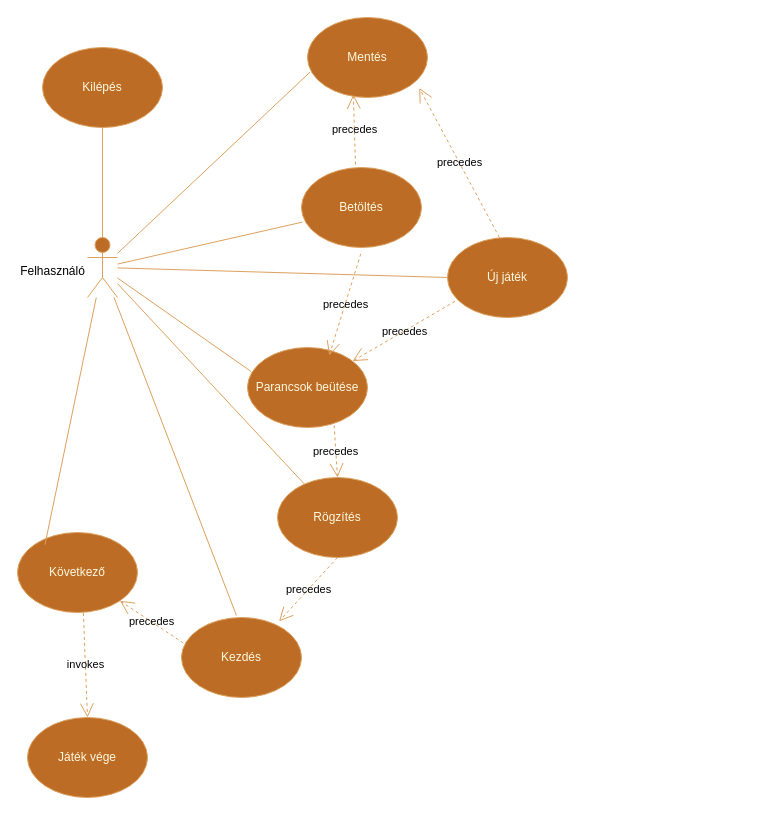
Earlier version of the draw.io diagram DOKUMENTÁCIÓ/userdiag.drawio (Reun85/esemenyvezbeadando). Source tidied: cells renumbered, new cells numbered last; positions are measured from the earlier drawing's top-left corner, leaving out a move shared by most shapes. Both pictures are drawn from the tidied source at 100%, with x=0, y=0 at pixel (17, 17).
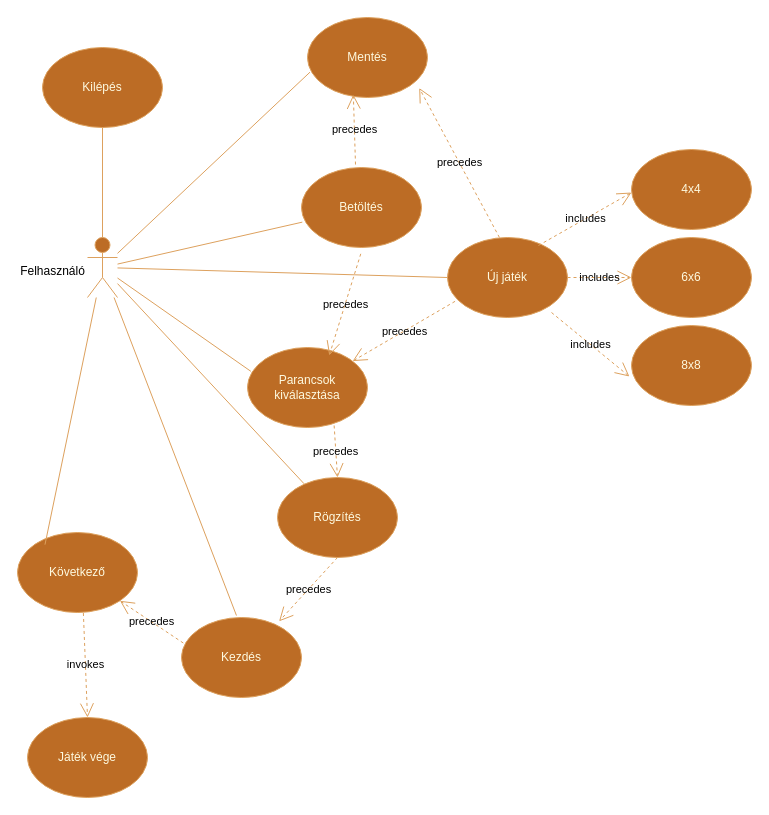
The same page after the edit.

The change refers to these unchanged cells:
```xml
<mxCell id="7" value="Új játék" style="ellipse;whiteSpace=wrap;html=1;labelBackgroundColor=none;fillColor=#BC6C25;strokeColor=#DDA15E;fontColor=#FEFAE0;rounded=0;" parent="1" vertex="1">
  <mxGeometry x="430" y="220" width="120" height="80" as="geometry" />
</mxCell>
```

Diff of the diagram source:
```diff
@@
-    <mxCell id="13" value="Parancsok beütése" style="ellipse;whiteSpace=wrap;html=1;labelBackgroundColor=none;fillColor=#BC6C25;strokeColor=#DDA15E;fontColor=#FEFAE0;rounded=0;" parent="1" vertex="1">
+    <mxCell id="13" value="Parancsok kiválasztása" style="ellipse;whiteSpace=wrap;html=1;labelBackgroundColor=none;fillColor=#BC6C25;strokeColor=#DDA15E;fontColor=#FEFAE0;rounded=0;" parent="1" vertex="1">
       <mxGeometry x="230" y="330" width="120" height="80" as="geometry" />
     </mxCell>
@@
+    <mxCell id="28" value="4x4" style="ellipse;whiteSpace=wrap;html=1;labelBackgroundColor=none;fillColor=#BC6C25;strokeColor=#DDA15E;fontColor=#FEFAE0;rounded=0;" parent="1" vertex="1">
+      <mxGeometry x="614" y="132" width="120" height="80" as="geometry" />
+    </mxCell>
+    <mxCell id="29" value="6x6" style="ellipse;whiteSpace=wrap;html=1;labelBackgroundColor=none;fillColor=#BC6C25;strokeColor=#DDA15E;fontColor=#FEFAE0;rounded=0;" parent="1" vertex="1">
+      <mxGeometry x="614" y="220" width="120" height="80" as="geometry" />
+    </mxCell>
+    <mxCell id="30" value="8x8" style="ellipse;whiteSpace=wrap;html=1;labelBackgroundColor=none;fillColor=#BC6C25;strokeColor=#DDA15E;fontColor=#FEFAE0;rounded=0;" parent="1" vertex="1">
+      <mxGeometry x="614" y="308" width="120" height="80" as="geometry" />
+    </mxCell>
+    <mxCell id="31" value="&lt;div&gt;includes&lt;/div&gt;" style="endArrow=open;endSize=12;dashed=1;html=1;rounded=0;labelBackgroundColor=none;strokeColor=#DDA15E;fontColor=#000000;entryX=-0.017;entryY=0.638;entryDx=0;entryDy=0;entryPerimeter=0;" parent="1" edge="1" target="30">
+      <mxGeometry relative="1" as="geometry">
+        <mxPoint x="534" y="295" as="sourcePoint" />
+      </mxGeometry>
+    </mxCell>
+    <mxCell id="32" value="&lt;div&gt;includes&lt;/div&gt;" style="endArrow=open;endSize=12;dashed=1;html=1;rounded=0;labelBackgroundColor=none;strokeColor=#DDA15E;fontColor=#000000;exitX=1;exitY=0.5;exitDx=0;exitDy=0;" parent="1" edge="1" source="7" target="29">
+      <mxGeometry relative="1" as="geometry" />
+    </mxCell>
+    <mxCell id="33" value="&lt;div&gt;includes&lt;/div&gt;" style="endArrow=open;endSize=12;dashed=1;html=1;rounded=0;labelBackgroundColor=none;strokeColor=#DDA15E;fontColor=#000000;entryX=0;entryY=0.538;entryDx=0;entryDy=0;entryPerimeter=0;exitX=0.758;exitY=0.1;exitDx=0;exitDy=0;exitPerimeter=0;" parent="1" edge="1" source="7" target="28">
+      <mxGeometry relative="1" as="geometry" />
+    </mxCell>
```
